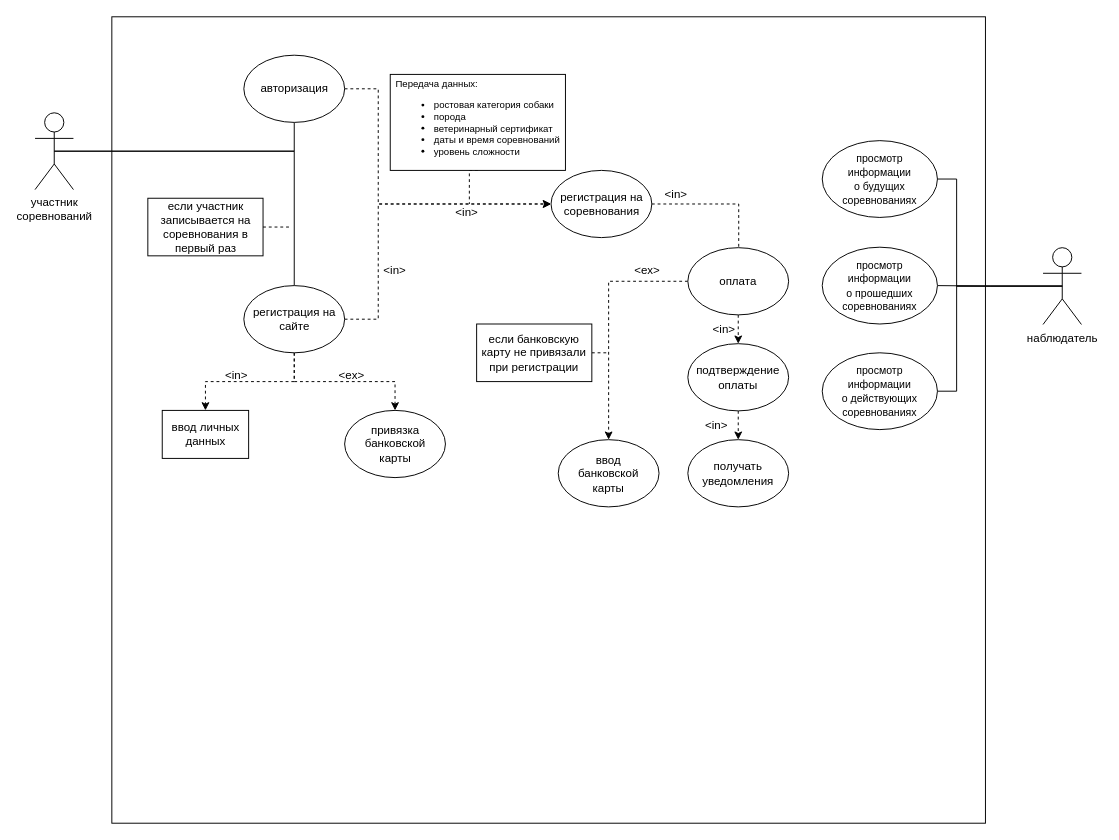
This is Agility__use.case.drawio from AnastasiaTobolshina/05.01_use_case, a draw.io file, before an edit. Source tidied: cells renumbered, new cells numbered last; positions are measured from the earlier drawing's top-left corner, leaving out a move shared by most shapes. Both pictures are drawn from the tidied source at 96%, with x=0, y=0 at pixel (35, 16).
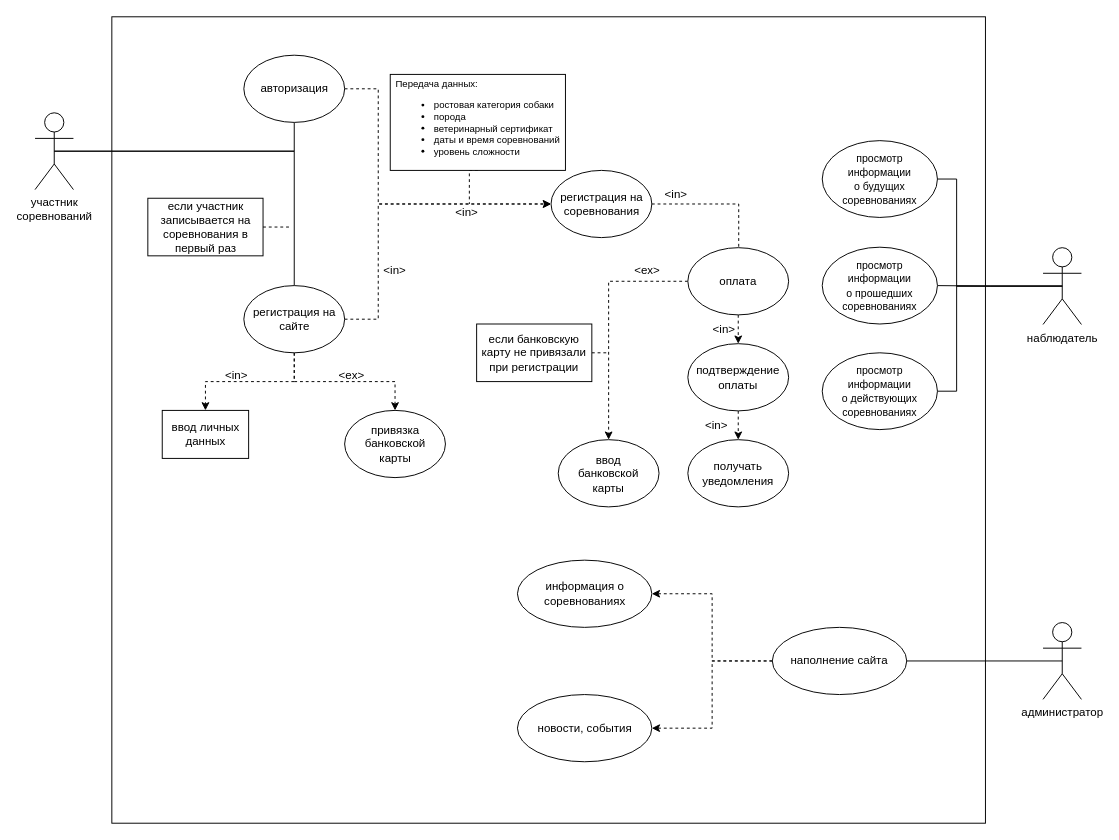
Above is the later version.

Change to the diagram source:
```diff
@@
+    <mxCell id="44" style="edgeStyle=orthogonalEdgeStyle;rounded=0;jettySize=auto;html=1;exitX=0;exitY=0.5;exitDx=0;exitDy=0;entryX=1;entryY=0.5;entryDx=0;entryDy=0;dashed=1;endArrow=classic;endFill=1;" parent="1" edge="1" source="46" target="48">
+      <mxGeometry relative="1" as="geometry" />
+    </mxCell>
+    <mxCell id="45" style="edgeStyle=orthogonalEdgeStyle;rounded=0;jettySize=auto;html=1;exitX=0;exitY=0.5;exitDx=0;exitDy=0;entryX=1;entryY=0.5;entryDx=0;entryDy=0;dashed=1;endArrow=classic;endFill=1;" parent="1" edge="1" source="46" target="47">
+      <mxGeometry relative="1" as="geometry" />
+    </mxCell>
+    <mxCell id="46" value="наполнение сайта" style="ellipse;whiteSpace=wrap;html=1;" parent="1" vertex="1">
+      <mxGeometry x="768" y="636" width="140" height="70" as="geometry" />
+    </mxCell>
+    <mxCell id="47" value="новости, события" style="ellipse;whiteSpace=wrap;html=1;" parent="1" vertex="1">
+      <mxGeometry x="502.5" y="706" width="140" height="70" as="geometry" />
+    </mxCell>
+    <mxCell id="48" value="информация о соревнованиях" style="ellipse;whiteSpace=wrap;html=1;" parent="1" vertex="1">
+      <mxGeometry x="502.5" y="566" width="140" height="70" as="geometry" />
+    </mxCell>
+    <mxCell id="49" style="edgeStyle=orthogonalEdgeStyle;rounded=0;jettySize=auto;html=1;exitX=0.5;exitY=0.5;exitDx=0;exitDy=0;exitPerimeter=0;entryX=1;entryY=0.5;entryDx=0;entryDy=0;endArrow=none;endFill=0;" parent="1" edge="1" source="50" target="46">
+      <mxGeometry relative="1" as="geometry" />
+    </mxCell>
+    <mxCell id="50" value="администратор" style="shape=umlActor;verticalLabelPosition=bottom;verticalAlign=top;html=1;outlineConnect=0;" parent="1" vertex="1">
+      <mxGeometry x="1050" y="631" width="40" height="80" as="geometry" />
+    </mxCell>
```
